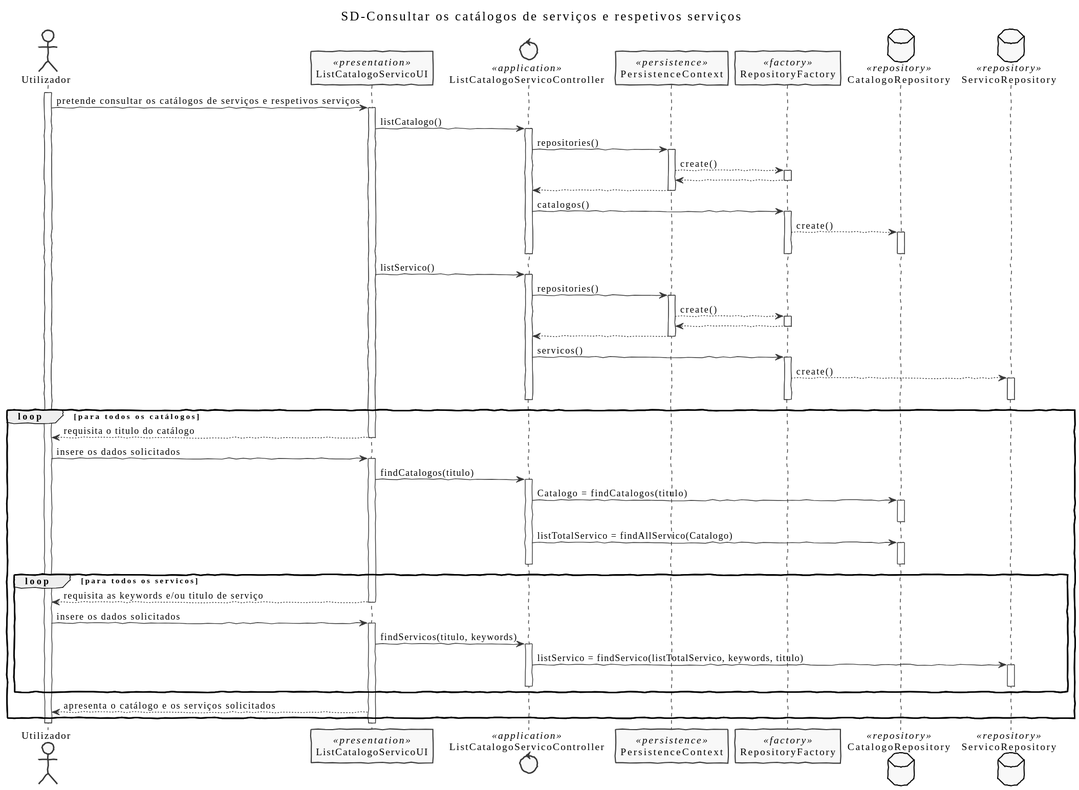
This is docs/US3001/SD3001.svg from pedrolemos4/LAPR4, a PlantUML export, as it was before one commit.
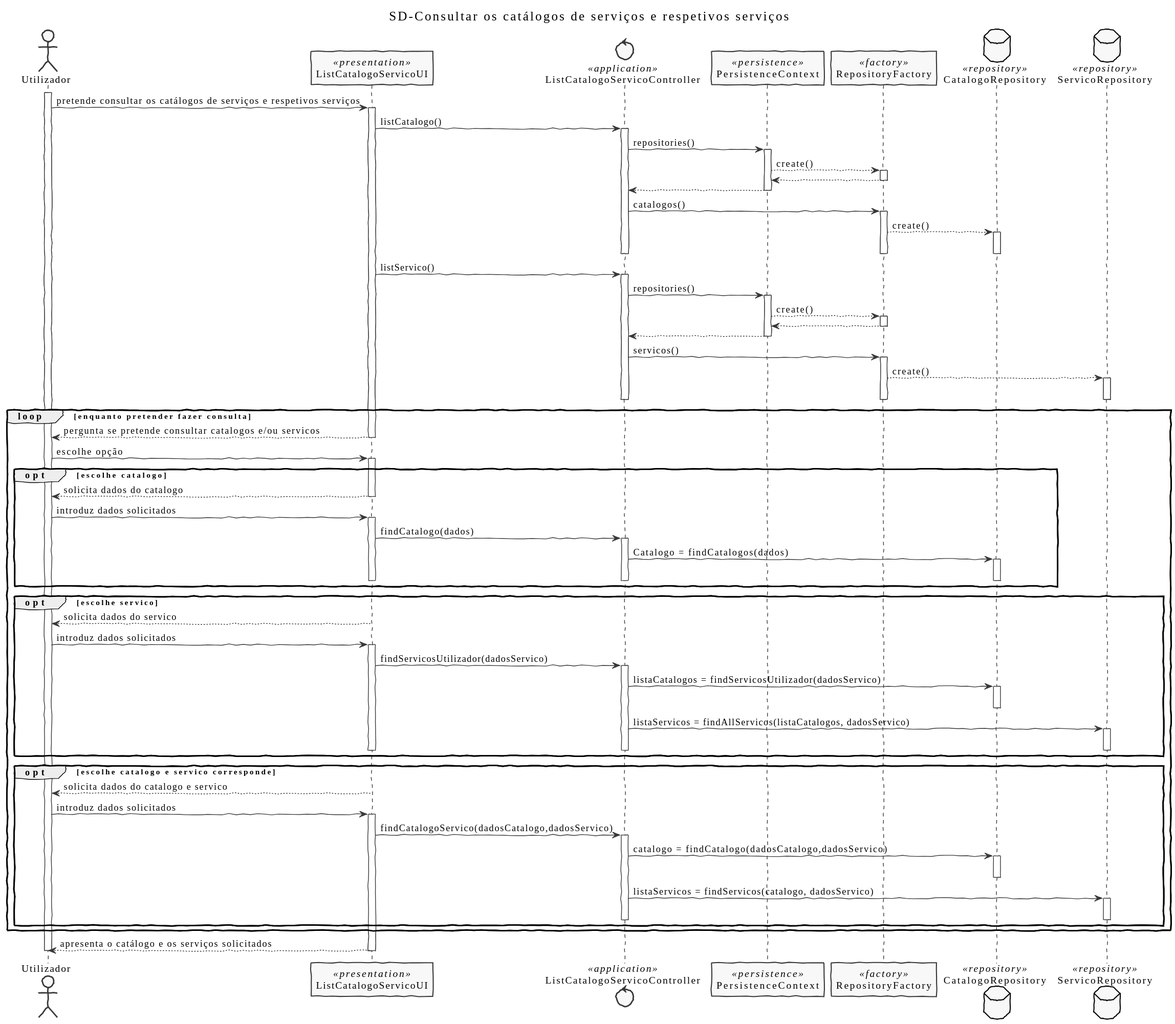
Above is the later version.

Diff of the diagram source:
```diff
@@ -55,35 +55,62 @@
         deactivate Factory
 
     deactivate Controller
-    loop para todos os catálogos
-    UI --> Actor: requisita o titulo do catálogo
+    loop enquanto pretender fazer consulta
+UI --> Actor: pergunta se pretende consultar catalogos e/ou servicos
 deactivate UI
-Actor -> UI: insere os dados solicitados
+Actor -> UI: escolhe opção
+opt escolhe catalogo
 activate UI
-    UI -> Controller:  findCatalogos(titulo)
+UI --> Actor: solicita dados do catalogo
+deactivate UI
+Actor -> UI: introduz dados solicitados
+activate UI
+UI -> Controller:  findCatalogo(dados)
     activate Controller
-        Controller -> CRepository: Catalogo  = findCatalogos(titulo)
-        activate CRepository
-        deactivate CRepository
-        Controller -> CRepository: listTotalServico  = findAllServico(Catalogo)
+        Controller -> CRepository: Catalogo  = findCatalogos(dados)
         activate CRepository
         deactivate CRepository
     deactivate Controller
-    loop para todos os servicos
-    UI --> Actor: requisita as keywords e/ou titulo de serviço
 deactivate UI
+end
 
-Actor -> UI: insere os dados solicitados
+opt escolhe servico
 activate UI
-    UI -> Controller:  findServicos(titulo, keywords)
+UI --> Actor: solicita dados do servico
+deactivate UI
+Actor -> UI: introduz dados solicitados
+activate UI
+UI -> Controller:  findServicosUtilizador(dadosServico)
     activate Controller
-        Controller -> SRepository: listServico = findServico(listTotalServico, keywords, titulo)
+        Controller -> CRepository: listaCatalogos  = findServicosUtilizador(dadosServico)
+            activate CRepository
+            deactivate CRepository
+        Controller -> SRepository: listaServicos = findAllServicos(listaCatalogos, dadosServico)
+            activate SRepository
+            deactivate SRepository
+    deactivate Controller
+deactivate UI
+end
+
+opt escolhe catalogo e servico corresponde
+activate UI
+UI --> Actor: solicita dados do catalogo e servico
+deactivate UI
+Actor -> UI: introduz dados solicitados
+activate UI
+UI -> Controller:  findCatalogoServico(dadosCatalogo,dadosServico)
+    activate Controller
+        Controller -> CRepository: catalogo  = findCatalogo(dadosCatalogo,dadosServico)
+        activate CRepository
+        deactivate CRepository
+    Controller -> SRepository: listaServicos = findServicos(catalogo, dadosServico)
         activate SRepository
         deactivate SRepository
     deactivate Controller
-    end
-    UI --> Actor: apresenta o catálogo e os serviços solicitados
-    end
+end
+end
+UI --> Actor: apresenta o catálogo e os serviços solicitados
+
 deactivate UI
 deactivate Actor
 @enduml
```
